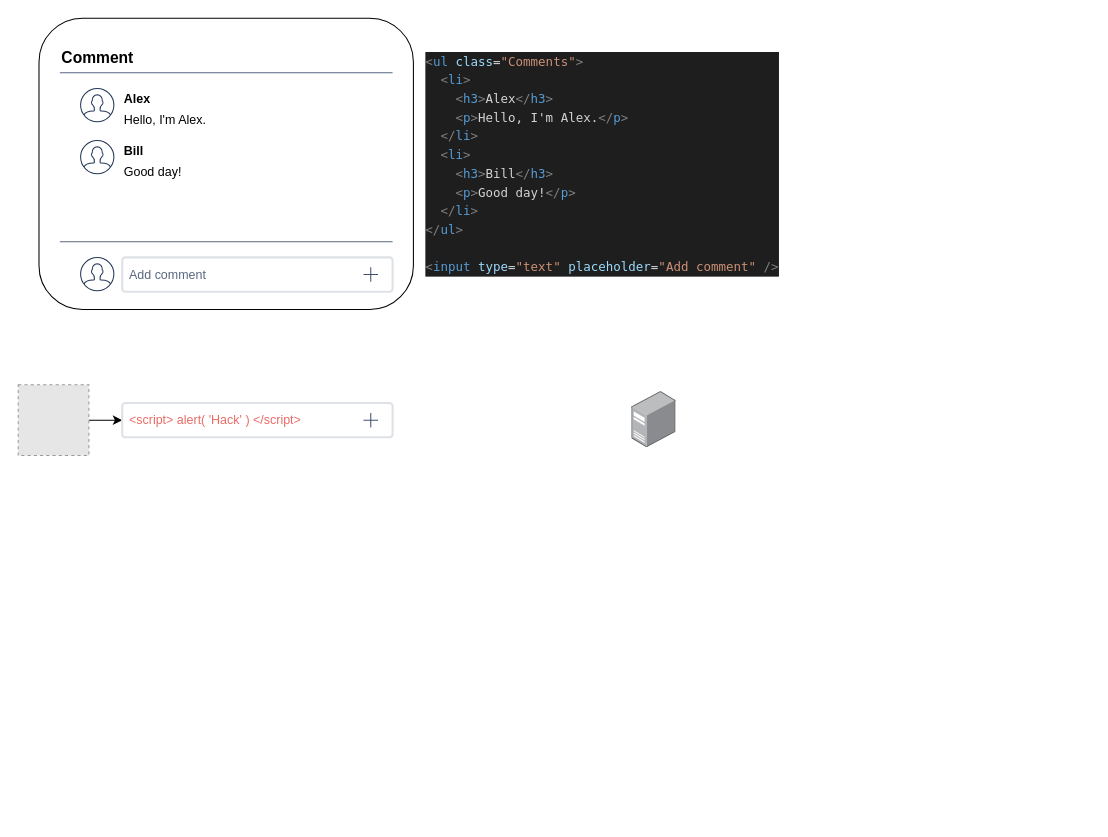
This is Tricks/innerHTMl & XSS.drawio from jeesewu/Diagrams-Storage, a draw.io file, before an edit. Source tidied: cells renumbered, new cells numbered last; positions are measured from the earlier drawing's top-left corner, leaving out a move shared by most shapes. Both pictures are drawn from the tidied source at 104%, with x=0, y=0 at pixel (18, 18). Pictures stored in the file or linked from it are replaced by grey dashed boxes.
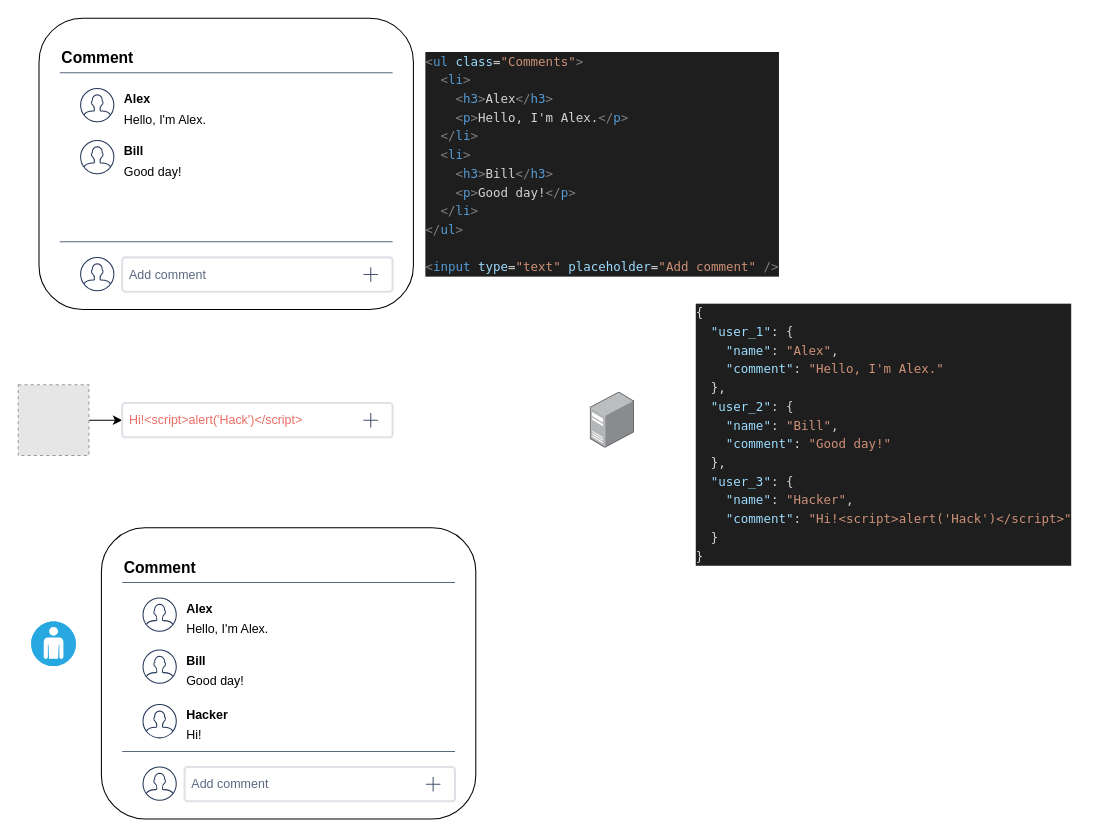
Above is the later version.

Diff of the diagram source:
```diff
@@
-    <mxCell id="19" value="&lt;font color=&quot;#ea6b66&quot;&gt;&amp;lt;script&amp;gt; alert( 'Hack' ) &amp;lt;/script&amp;gt;&lt;/font&gt;" style="rounded=1;arcSize=9;fillColor=#ffffff;align=left;spacingLeft=5;strokeColor=#DEE1E6;html=1;strokeWidth=2;fontColor=#596780;fontSize=12;" parent="1" vertex="1">
+    <mxCell id="19" value="&lt;font color=&quot;#ea6b66&quot;&gt;Hi!&amp;lt;script&amp;gt;alert('Hack')&amp;lt;/script&amp;gt;&lt;/font&gt;" style="rounded=1;arcSize=9;fillColor=#ffffff;align=left;spacingLeft=5;strokeColor=#DEE1E6;html=1;strokeWidth=2;fontColor=#596780;fontSize=12;" parent="1" vertex="1">
       <mxGeometry x="100" y="370" width="260" height="33" as="geometry" />
     </mxCell>
@@
     <mxCell id="21" style="html=1;align=center;shadow=0;dashed=0;image;image=img/lib/allied_telesis/computer_and_terminals/Server_Desktop.svg;rounded=0;glass=0;sketch=0;fontSize=14;strokeColor=#000000;" parent="1" vertex="1">
-      <mxGeometry x="590" y="359" width="42.6" height="54" as="geometry" />
+      <mxGeometry x="550" y="359.5" width="42.6" height="54" as="geometry" />
     </mxCell>
+    <mxCell id="22" value="&lt;div style=&quot;color: rgb(212 , 212 , 212) ; background-color: rgb(30 , 30 , 30) ; font-family: &amp;#34;menlo&amp;#34; , &amp;#34;monaco&amp;#34; , &amp;#34;courier new&amp;#34; , monospace ; font-size: 12px ; line-height: 18px&quot;&gt;&lt;div&gt;&lt;div style=&quot;font-family: &amp;#34;menlo&amp;#34; , &amp;#34;monaco&amp;#34; , &amp;#34;courier new&amp;#34; , monospace ; line-height: 18px&quot;&gt;&lt;div&gt;{&lt;/div&gt;&lt;div&gt;  &lt;span style=&quot;color: #9cdcfe&quot;&gt;&amp;nbsp; &quot;user_1&quot;&lt;/span&gt;: {&lt;/div&gt;&lt;div&gt;    &lt;span style=&quot;color: #9cdcfe&quot;&gt;&amp;nbsp; &amp;nbsp; &quot;name&quot;&lt;/span&gt;: &lt;span style=&quot;color: #ce9178&quot;&gt;&quot;Alex&quot;&lt;/span&gt;,&lt;/div&gt;&lt;div&gt;    &lt;span style=&quot;color: #9cdcfe&quot;&gt;&amp;nbsp; &amp;nbsp; &quot;comment&quot;&lt;/span&gt;: &lt;span style=&quot;color: #ce9178&quot;&gt;&quot;Hello, I'm Alex.&quot;&lt;/span&gt;&lt;/div&gt;&lt;div&gt;&amp;nbsp; },&lt;/div&gt;&lt;div&gt;  &lt;span style=&quot;color: #9cdcfe&quot;&gt;&amp;nbsp; &quot;user_2&quot;&lt;/span&gt;: {&lt;/div&gt;&lt;div&gt;    &lt;span style=&quot;color: #9cdcfe&quot;&gt;&amp;nbsp; &amp;nbsp; &quot;name&quot;&lt;/span&gt;: &lt;span style=&quot;color: #ce9178&quot;&gt;&quot;Bill&quot;&lt;/span&gt;,&lt;/div&gt;&lt;div&gt;    &lt;span style=&quot;color: #9cdcfe&quot;&gt;&amp;nbsp; &amp;nbsp; &quot;comment&quot;&lt;/span&gt;: &lt;span style=&quot;color: #ce9178&quot;&gt;&quot;Good day!&quot;&lt;/span&gt;&lt;/div&gt;&lt;div&gt;&amp;nbsp; },&lt;/div&gt;&lt;div&gt;  &lt;span style=&quot;color: #9cdcfe&quot;&gt;&amp;nbsp; &quot;user_3&quot;&lt;/span&gt;: {&lt;/div&gt;&lt;div&gt;    &lt;span style=&quot;color: #9cdcfe&quot;&gt;&amp;nbsp; &amp;nbsp; &quot;name&quot;&lt;/span&gt;: &lt;span style=&quot;color: #ce9178&quot;&gt;&quot;Hacker&quot;&lt;/span&gt;,&lt;/div&gt;&lt;div&gt;    &lt;span style=&quot;color: #9cdcfe&quot;&gt;&amp;nbsp; &amp;nbsp; &quot;comment&quot;&lt;/span&gt;: &lt;span style=&quot;color: #ce9178&quot;&gt;&quot;Hi!&amp;lt;script&amp;gt;alert('Hack')&amp;lt;/script&amp;gt;&quot;&lt;/span&gt;&lt;/div&gt;&lt;div&gt;&amp;nbsp; }&lt;/div&gt;&lt;div&gt;}&lt;/div&gt;&lt;/div&gt;&lt;/div&gt;&lt;/div&gt;" style="text;html=1;align=left;verticalAlign=middle;strokeColor=none;fontSize=14;" parent="1" vertex="1">
+      <mxGeometry x="650" y="270" width="380" height="260" as="geometry" />
+    </mxCell>
+    <mxCell id="23" style="fillColor=#28A8E0;verticalLabelPosition=bottom;html=1;strokeColor=#ffffff;verticalAlign=top;align=center;shape=mxgraph.cisco_safe.compositeIcon;bgIcon=ellipse;resIcon=mxgraph.cisco_safe.capability.user;rounded=0;shadow=0;glass=0;sketch=0;fontSize=14;" parent="1" vertex="1">
+      <mxGeometry x="12.5" y="580" width="43" height="43" as="geometry" />
+    </mxCell>
+    <mxCell id="24" style="group;" parent="1" vertex="1">
+      <mxGeometry x="80" y="490" width="360" height="280" as="geometry" />
+    </mxCell>
+    <mxCell id="25" style="rounded=1;whiteSpace=wrap;html=1;fontSize=14;align=left;" parent="24" vertex="1">
+      <mxGeometry width="360" height="280" as="geometry" />
+    </mxCell>
+    <mxCell id="26" value="Comment" style="html=1;fillColor=none;strokeColor=none;fontSize=15;align=left;fontColor=#000000;whiteSpace=wrap;fontStyle=1;" parent="24" vertex="1">
+      <mxGeometry x="20" y="27.5" width="90" height="20" as="geometry" />
+    </mxCell>
+    <mxCell id="27" style="shape=line;strokeColor=#596780;html=1;fontSize=14;align=left;" parent="24" vertex="1">
+      <mxGeometry x="20" y="47.5" width="320" height="10" as="geometry" />
+    </mxCell>
+    <mxCell id="28" style="shape=mxgraph.ios7.icons.user;fillColor=#ffffff;strokeColor=#253858;fontSize=14;align=left;" parent="24" vertex="1">
+      <mxGeometry x="40" y="67.5" width="32" height="32" as="geometry" />
+    </mxCell>
+    <mxCell id="29" value="Alex" style="html=1;fillColor=none;strokeColor=none;fontSize=12;align=left;fontColor=#000000;whiteSpace=wrap;fontStyle=1;" parent="24" vertex="1">
+      <mxGeometry x="80" y="67.5" width="90" height="20" as="geometry" />
+    </mxCell>
+    <mxCell id="30" value="Hello, I'm Alex." style="html=1;fillColor=none;strokeColor=none;fontSize=12;align=left;fontColor=#000000;whiteSpace=wrap;" parent="24" vertex="1">
+      <mxGeometry x="80" y="87.5" width="240" height="20" as="geometry" />
+    </mxCell>
+    <mxCell id="31" style="shape=mxgraph.ios7.icons.user;fillColor=#ffffff;strokeColor=#253858;fontSize=14;align=left;" parent="24" vertex="1">
+      <mxGeometry x="40" y="230" width="32" height="32" as="geometry" />
+    </mxCell>
+    <mxCell id="32" value="Add comment" style="rounded=1;arcSize=9;fillColor=#ffffff;align=left;spacingLeft=5;strokeColor=#DEE1E6;html=1;strokeWidth=2;fontColor=#596780;fontSize=12;" parent="24" vertex="1">
+      <mxGeometry x="80" y="230" width="260" height="33" as="geometry" />
+    </mxCell>
+    <mxCell id="33" style="html=1;shadow=0;dashed=0;shape=mxgraph.basic.cross2;dx=0;strokeColor=#42526E;fillColor=#42526E;" parent="32" vertex="1">
+      <mxGeometry x="1" y="0.5" width="14" height="14" relative="1" as="geometry">
+        <mxPoint x="-28" y="-7" as="offset" />
+      </mxGeometry>
+    </mxCell>
+    <mxCell id="34" style="shape=mxgraph.ios7.icons.user;fillColor=#ffffff;strokeColor=#253858;fontSize=14;align=left;" parent="24" vertex="1">
+      <mxGeometry x="40" y="117.5" width="32" height="32" as="geometry" />
+    </mxCell>
+    <mxCell id="35" value="Bill" style="html=1;fillColor=none;strokeColor=none;fontSize=12;align=left;fontColor=#000000;whiteSpace=wrap;fontStyle=1;" parent="24" vertex="1">
+      <mxGeometry x="80" y="117.5" width="90" height="20" as="geometry" />
+    </mxCell>
+    <mxCell id="36" value="Good day!" style="html=1;fillColor=none;strokeColor=none;fontSize=12;align=left;fontColor=#000000;whiteSpace=wrap;" parent="24" vertex="1">
+      <mxGeometry x="80" y="137.5" width="240" height="20" as="geometry" />
+    </mxCell>
+    <mxCell id="37" style="shape=line;strokeColor=#596780;html=1;fontSize=14;align=left;" parent="24" vertex="1">
+      <mxGeometry x="20" y="210" width="320" height="10" as="geometry" />
+    </mxCell>
+    <mxCell id="38" style="shape=mxgraph.ios7.icons.user;fillColor=#ffffff;strokeColor=#253858;fontSize=14;align=left;" parent="24" vertex="1">
+      <mxGeometry x="40" y="170" width="32" height="32" as="geometry" />
+    </mxCell>
+    <mxCell id="39" value="Hacker" style="html=1;fillColor=none;strokeColor=none;fontSize=12;align=left;fontColor=#000000;whiteSpace=wrap;fontStyle=1;" parent="24" vertex="1">
+      <mxGeometry x="80" y="170" width="90" height="20" as="geometry" />
+    </mxCell>
+    <mxCell id="40" value="Hi!" style="html=1;fillColor=none;strokeColor=none;fontSize=12;align=left;fontColor=#000000;whiteSpace=wrap;" parent="24" vertex="1">
+      <mxGeometry x="80" y="190" width="240" height="20" as="geometry" />
+    </mxCell>
```
